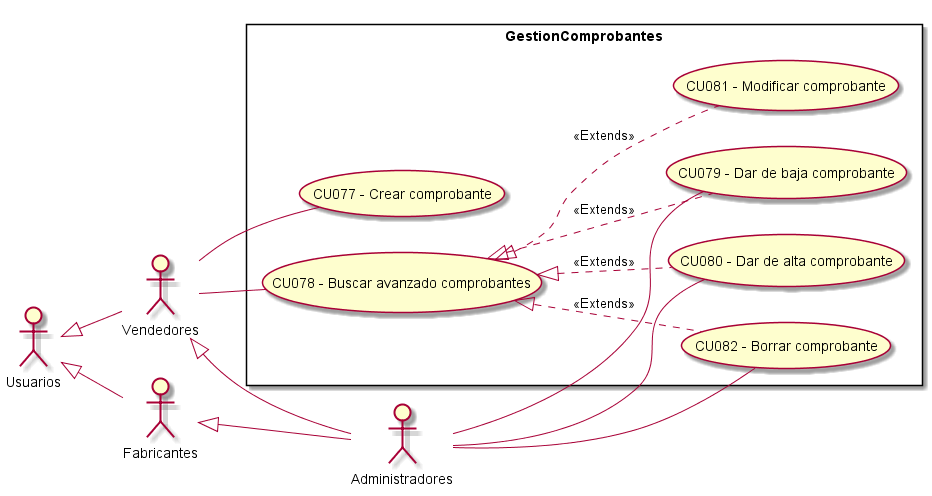
Before: Informe Final/Imagenes/ModeladoDeCasosDeUso/DiagramaDeCasosDeUso/GestionComprobantes.png, a diagram exported from PlantUML (ZMGestion/DocumentacionZMGestion).
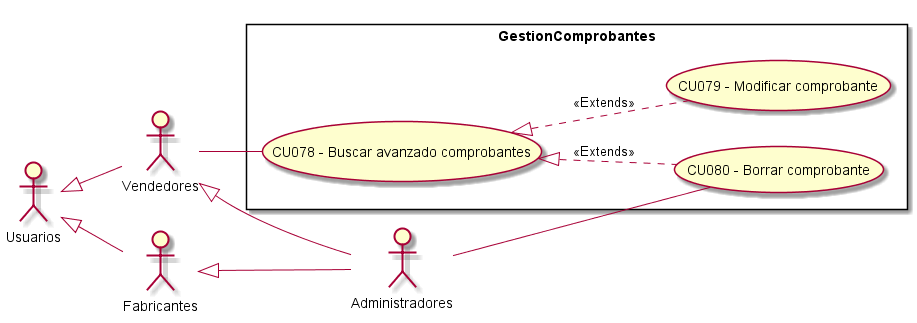
Above is the later version.

The edit, as a diff of the source:
```diff
@@ -13,22 +13,15 @@
  left to right direction
 
 rectangle GestionComprobantes{
-    UseCase "CU077 - Crear comprobante" as C
+
     UseCase "CU078 - Buscar avanzado comprobantes " as BA
-    UseCase "CU079 - Dar de baja comprobante" as DB
-    UseCase "CU080 - Dar de alta comprobante" as DA
-    UseCase "CU081 - Modificar comprobante" as M
-    UseCase "CU082 - Borrar comprobante" as B
+    UseCase "CU079 - Modificar comprobante" as M
+    UseCase "CU080 - Borrar comprobante" as B
 
     BA <|.. M : <<Extends>>
-    BA <|.. DA : <<Extends>>
-    BA <|.. DB : <<Extends>>
     BA <|.. B : <<Extends>>
 }
-    Vendedores -- C
     Vendedores -- BA
     Administradores -- B
-    Administradores -- DB
-    Administradores -- DA
 
 @enduml
```
